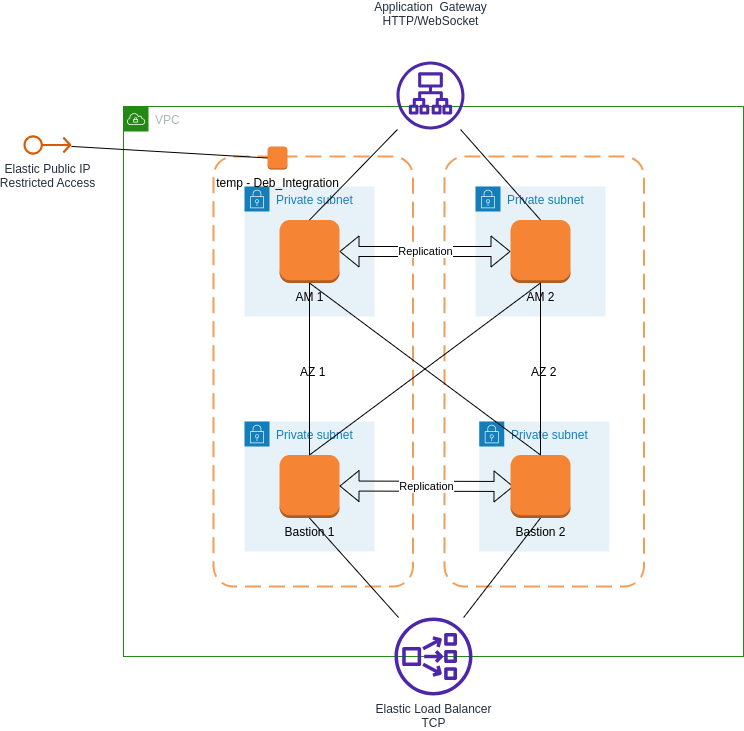
This is Terraform/Deploying/aws/02-Advanced/2AM-2SM-LB/AWS_2AM-2SM-LB.drawio.png from wallix/Automation_Showroom, a draw.io export, as it was before one commit. Source tidied: cells renumbered, new cells last; positions are measured from the earlier drawing's top-left corner, leaving out a move shared by most shapes.
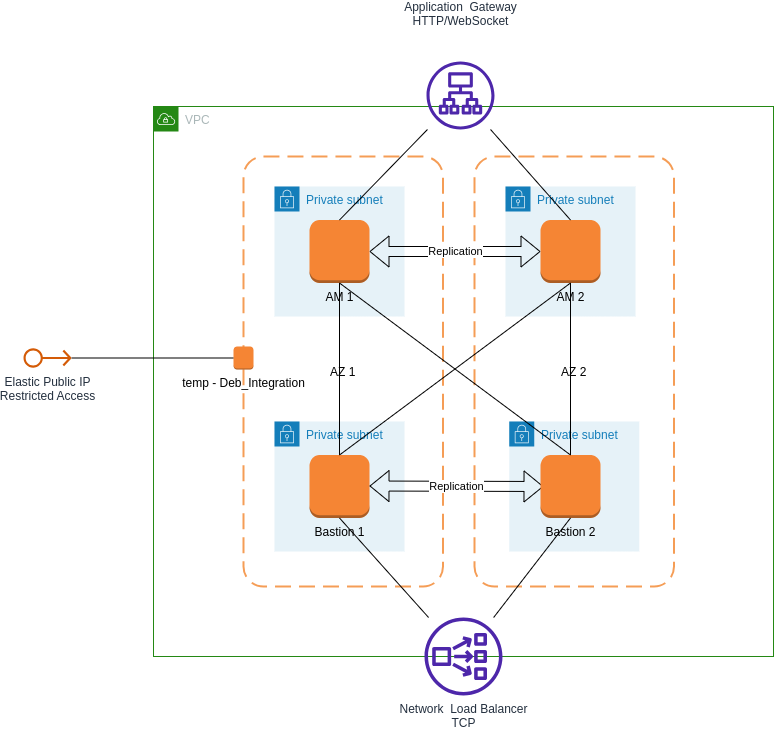
The same file after the commit.

The edit, as a diff of the source:
```diff
@@ -57,7 +57,7 @@
       <mxGeometry relative="1" as="geometry" />
     </mxCell>
     <mxCell id="19" value="temp - Deb_Integration" style="outlineConnect=0;dashed=0;verticalLabelPosition=bottom;verticalAlign=top;align=center;html=1;shape=mxgraph.aws3.instance;fillColor=#F58534;gradientColor=none;" parent="2" vertex="1">
-      <mxGeometry x="144" y="40" width="20" height="23" as="geometry" />
+      <mxGeometry x="80" y="240" width="20" height="23" as="geometry" />
     </mxCell>
     <mxCell id="20" value="Application&amp;nbsp; Gateway&lt;br&gt;HTTP/WebSocket" style="sketch=0;outlineConnect=0;fontColor=#232F3E;gradientColor=none;fillColor=#4D27AA;strokeColor=none;dashed=0;verticalLabelPosition=top;verticalAlign=top;align=center;html=1;fontSize=12;fontStyle=0;shape=mxgraph.aws4.application_load_balancer;" parent="1" vertex="1">
       <mxGeometry x="373" width="68" height="68" as="geometry" />
@@ -68,7 +68,7 @@
     <mxCell id="22" style="endArrow=none;html=1;rounded=0;exitX=0.5;exitY=0;exitDx=0;exitDy=0;exitPerimeter=0;" parent="1" edge="1" source="7" target="20">
       <mxGeometry relative="1" as="geometry" />
     </mxCell>
-    <mxCell id="23" value="Elastic Load Balancer&lt;br&gt;TCP" style="sketch=0;outlineConnect=0;fontColor=#232F3E;gradientColor=none;fillColor=#4D27AA;strokeColor=none;dashed=0;verticalLabelPosition=bottom;verticalAlign=top;align=center;html=1;fontSize=12;fontStyle=0;shape=mxgraph.aws4.network_load_balancer;" parent="1" vertex="1">
+    <mxCell id="23" value="Network&amp;nbsp; Load Balancer&lt;br&gt;TCP" style="sketch=0;outlineConnect=0;fontColor=#232F3E;gradientColor=none;fillColor=#4D27AA;strokeColor=none;dashed=0;verticalLabelPosition=bottom;verticalAlign=top;align=center;html=1;fontSize=12;fontStyle=0;shape=mxgraph.aws4.network_load_balancer;" parent="1" vertex="1">
       <mxGeometry x="371" y="556" width="78" height="78" as="geometry" />
     </mxCell>
     <mxCell id="24" style="endArrow=none;html=1;rounded=0;entryX=0.5;entryY=1;entryDx=0;entryDy=0;entryPerimeter=0;" parent="1" edge="1" source="23" target="10">
@@ -78,7 +78,7 @@
       <mxGeometry relative="1" as="geometry" />
     </mxCell>
     <mxCell id="26" value="Elastic Public IP&lt;br&gt;Restricted Access" style="sketch=0;outlineConnect=0;fontColor=#232F3E;gradientColor=none;fillColor=#D45B07;strokeColor=none;dashed=0;verticalLabelPosition=bottom;verticalAlign=top;align=center;html=1;fontSize=12;fontStyle=0;shape=mxgraph.aws4.elastic_ip_address;" parent="1" vertex="1">
-      <mxGeometry y="73.5" width="48" height="20" as="geometry" />
+      <mxGeometry x="-30" y="286.5" width="48" height="20" as="geometry" />
     </mxCell>
     <mxCell id="27" style="endArrow=none;html=1;rounded=0;entryX=0;entryY=0.5;entryDx=0;entryDy=0;entryPerimeter=0;" parent="1" edge="1" source="26" target="19">
       <mxGeometry relative="1" as="geometry" />
```
